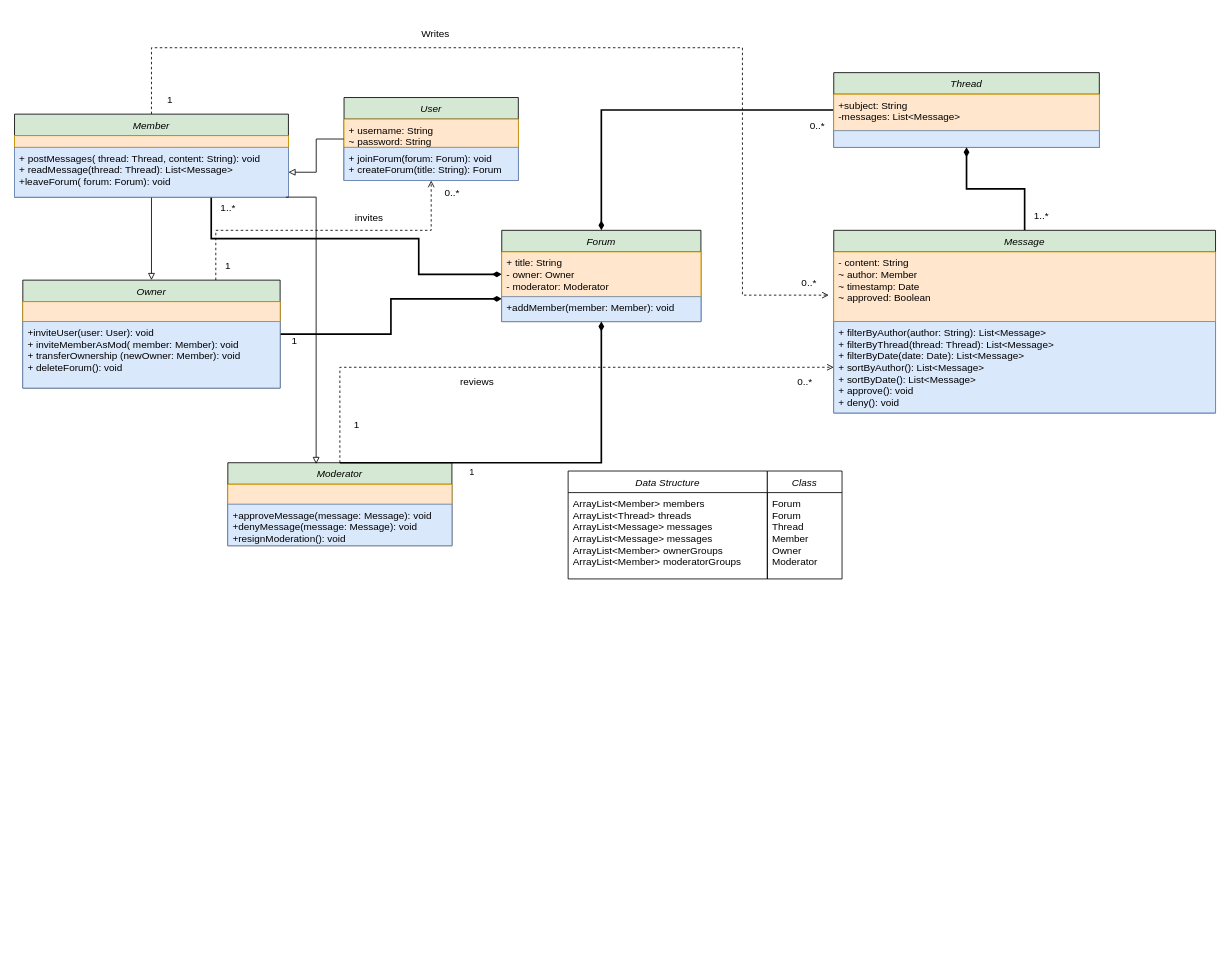
Before: Untitled Diagram.drawio in lilyqdp/UML, a draw.io diagram. Source tidied: cells renumbered, new cells numbered last; positions are measured from the earlier drawing's top-left corner, leaving out a move shared by most shapes. Both pictures are drawn from the tidied source at 83%, with x=0, y=0 at pixel (14, 21).
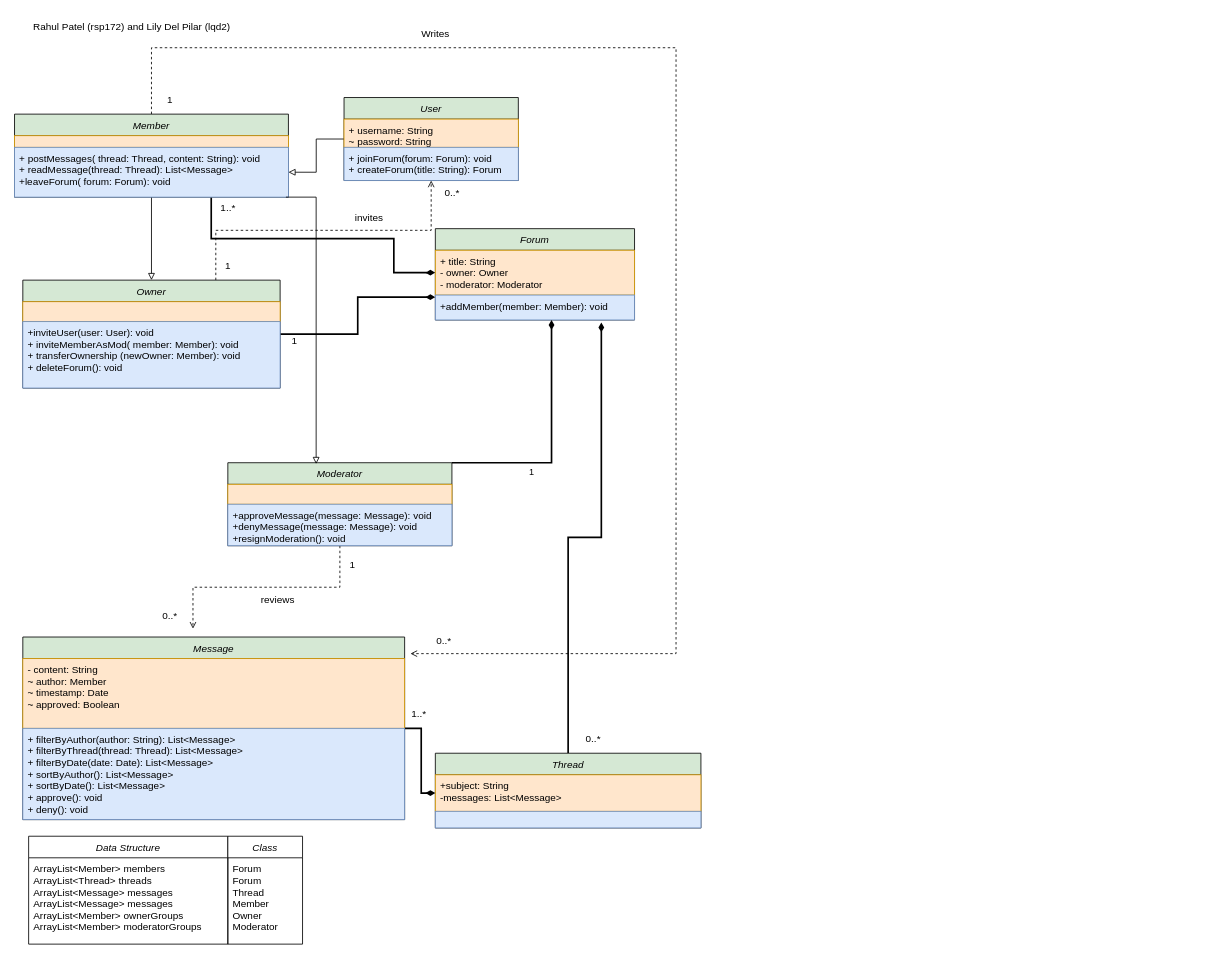
After the change.

The change refers to these unchanged cells:
```xml
<mxCell id="9" value="Member" style="swimlane;fontStyle=2;align=center;verticalAlign=top;horizontal=1;startSize=26;rounded=0;shadow=0;strokeWidth=1;fillColor=#d5e8d4;strokeColor=default;" parent="1" vertex="1">
  <mxGeometry y="112" width="330" height="100" as="geometry" />
</mxCell>
<mxCell id="18" value="+ title: String&#10;- owner: Owner&#10;- moderator: Moderator" style="text;align=left;verticalAlign=top;spacingLeft=4;spacingRight=4;overflow=hidden;points=[[0,0.5],[1,0.5]];portConstraint=eastwest;fillColor=#ffe6cc;strokeColor=#d79b00;" parent="17" vertex="1">
  <mxGeometry y="26" width="240" height="54" as="geometry" />
</mxCell>
<mxCell id="22" value="+subject: String&#10;-messages: List&lt;Message&gt;" style="text;align=left;verticalAlign=top;spacingLeft=4;spacingRight=4;overflow=hidden;points=[[0,0.5],[1,0.5]];portConstraint=eastwest;fillColor=#ffe6cc;strokeColor=#d79b00;" parent="21" vertex="1">
  <mxGeometry y="26" width="320" height="44" as="geometry" />
</mxCell>
<mxCell id="26" value="- content: String&#10;~ author: Member&#10;~ timestamp: Date&#10;~ approved: Boolean" style="text;align=left;verticalAlign=top;spacingLeft=4;spacingRight=4;overflow=hidden;points=[[0,0.5],[1,0.5]];portConstraint=eastwest;fillColor=#ffe6cc;strokeColor=#d79b00;" parent="25" vertex="1">
  <mxGeometry y="26" width="460" height="84" as="geometry" />
</mxCell>
<mxCell id="27" value="+ filterByAuthor(author: String): List&lt;Message&gt;&#10;+ filterByThread(thread: Thread): List&lt;Message&gt;&#10;+ filterByDate(date: Date): List&lt;Message&gt;&#10;+ sortByAuthor(): List&lt;Message&gt;&#10;+ sortByDate(): List&lt;Message&gt;&#10;+ approve(): void&#10;+ deny(): void" style="text;align=left;verticalAlign=top;spacingLeft=4;spacingRight=4;overflow=hidden;points=[[0,0.5],[1,0.5]];portConstraint=eastwest;fillColor=#dae8fc;strokeColor=#6c8ebf;" parent="25" vertex="1">
  <mxGeometry y="110" width="460" height="110" as="geometry" />
</mxCell>
<mxCell id="30" value="Moderator" style="swimlane;fontStyle=2;align=center;verticalAlign=top;horizontal=1;startSize=26;rounded=0;shadow=0;strokeWidth=1;fillColor=#d5e8d4;strokeColor=default;" parent="1" vertex="1">
  <mxGeometry x="257" y="532" width="270" height="100" as="geometry" />
</mxCell>
```

The edit, as a diff of the source:
```diff
@@
     <mxCell id="7" style="edgeStyle=orthogonalEdgeStyle;rounded=0;jettySize=auto;html=1;entryX=0;entryY=0.5;entryDx=0;entryDy=0;endArrow=diamondThin;endFill=1;strokeWidth=2;" parent="1" edge="1" source="9" target="18">
       <mxGeometry relative="1" as="geometry">
         <Array as="points">
           <mxPoint x="237" y="262" />
-          <mxPoint x="487" y="262" />
-          <mxPoint x="487" y="305" />
+          <mxPoint x="457" y="262" />
+          <mxPoint x="457" y="303" />
         </Array>
       </mxGeometry>
     </mxCell>
-    <mxCell id="8" style="edgeStyle=orthogonalEdgeStyle;rounded=0;jettySize=auto;html=1;entryX=-0.013;entryY=0.62;entryDx=0;entryDy=0;entryPerimeter=0;endArrow=open;endFill=0;dashed=1;" parent="1" edge="1" source="9" target="26">
+    <mxCell id="8" style="edgeStyle=orthogonalEdgeStyle;rounded=0;jettySize=auto;html=1;endArrow=open;endFill=0;dashed=1;" parent="1" edge="1" source="9">
       <mxGeometry relative="1" as="geometry">
+        <mxPoint x="477" y="762" as="targetPoint" />
         <Array as="points">
           <mxPoint x="165" y="32" />
-          <mxPoint x="877" y="32" />
-          <mxPoint x="877" y="330" />
+          <mxPoint x="797" y="32" />
+          <mxPoint x="797" y="762" />
         </Array>
       </mxGeometry>
     </mxCell>
@@
     <mxCell id="17" value="Forum" style="swimlane;fontStyle=2;align=center;verticalAlign=top;horizontal=1;startSize=26;rounded=0;shadow=0;strokeWidth=1;fillColor=#d5e8d4;strokeColor=default;" parent="1" vertex="1">
-      <mxGeometry x="587" y="252" width="240" height="110" as="geometry" />
+      <mxGeometry x="507" y="250" width="240" height="110" as="geometry" />
     </mxCell>
@@
-    <mxCell id="20" style="edgeStyle=orthogonalEdgeStyle;rounded=0;jettySize=auto;html=1;entryX=0.5;entryY=0;entryDx=0;entryDy=0;endArrow=diamondThin;endFill=1;strokeWidth=2;" parent="1" edge="1" source="21" target="17">
-      <mxGeometry relative="1" as="geometry" />
+    <mxCell id="20" style="edgeStyle=orthogonalEdgeStyle;rounded=0;jettySize=auto;html=1;endArrow=diamondThin;endFill=1;strokeWidth=2;" parent="1" edge="1" source="21">
+      <mxGeometry relative="1" as="geometry">
+        <mxPoint x="707" y="363" as="targetPoint" />
+        <Array as="points">
+          <mxPoint x="667" y="622" />
+          <mxPoint x="707" y="622" />
+          <mxPoint x="707" y="363" />
+        </Array>
+      </mxGeometry>
     </mxCell>
     <mxCell id="21" value="Thread" style="swimlane;fontStyle=2;align=center;verticalAlign=top;horizontal=1;startSize=26;rounded=0;shadow=0;strokeWidth=1;fillColor=#d5e8d4;strokeColor=default;" parent="1" vertex="1">
-      <mxGeometry x="987" y="62" width="320" height="90" as="geometry" />
+      <mxGeometry x="507" y="882" width="320" height="90" as="geometry" />
     </mxCell>
@@
-    <mxCell id="24" style="edgeStyle=orthogonalEdgeStyle;rounded=0;jettySize=auto;html=1;entryX=0.5;entryY=1;entryDx=0;entryDy=0;endArrow=diamondThin;endFill=1;strokeWidth=2;" parent="1" edge="1" source="25" target="21">
+    <mxCell id="24" style="edgeStyle=orthogonalEdgeStyle;rounded=0;jettySize=auto;html=1;entryX=0;entryY=0.5;entryDx=0;entryDy=0;endArrow=diamondThin;endFill=1;strokeWidth=2;" parent="1" edge="1" source="25" target="22">
       <mxGeometry relative="1" as="geometry" />
     </mxCell>
     <mxCell id="25" value="Message" style="swimlane;fontStyle=2;align=center;verticalAlign=top;horizontal=1;startSize=26;rounded=0;shadow=0;strokeWidth=1;fillColor=#d5e8d4;strokeColor=default;" parent="1" vertex="1">
-      <mxGeometry x="987" y="252" width="460" height="220" as="geometry" />
+      <mxGeometry x="10" y="742" width="460" height="220" as="geometry" />
     </mxCell>
@@
-    <mxCell id="29" style="edgeStyle=orthogonalEdgeStyle;rounded=0;jettySize=auto;html=1;entryX=0;entryY=0.5;entryDx=0;entryDy=0;endArrow=open;startFill=0;dashed=1;endFill=0;" parent="1" edge="1" source="30" target="27">
-      <mxGeometry relative="1" as="geometry" />
+    <mxCell id="29" style="edgeStyle=orthogonalEdgeStyle;rounded=0;jettySize=auto;html=1;endArrow=open;startFill=0;dashed=1;endFill=0;" parent="1" edge="1" source="30">
+      <mxGeometry relative="1" as="geometry">
+        <mxPoint x="215" y="732" as="targetPoint" />
+        <Array as="points">
+          <mxPoint x="392" y="682" />
+          <mxPoint x="215" y="682" />
+        </Array>
+      </mxGeometry>
     </mxCell>
@@
     <mxCell id="33" value="Data Structure" style="swimlane;fontStyle=2;align=center;verticalAlign=top;horizontal=1;startSize=26;rounded=0;shadow=0;strokeWidth=1;" parent="1" vertex="1">
-      <mxGeometry x="667" y="542" width="240" height="130" as="geometry" />
+      <mxGeometry x="17" y="982" width="240" height="130" as="geometry" />
     </mxCell>
@@
     <mxCell id="35" value="Class" style="swimlane;fontStyle=2;align=center;verticalAlign=top;horizontal=1;startSize=26;rounded=0;shadow=0;strokeWidth=1;" parent="1" vertex="1">
-      <mxGeometry x="907" y="542" width="90" height="130" as="geometry" />
+      <mxGeometry x="257" y="982" width="90" height="130" as="geometry" />
     </mxCell>
@@
-    <mxCell id="38" style="edgeStyle=orthogonalEdgeStyle;rounded=0;jettySize=auto;html=1;entryX=0.5;entryY=1;entryDx=0;entryDy=0;endArrow=diamondThin;endFill=1;strokeWidth=2;" parent="1" edge="1" target="17">
+    <mxCell id="38" style="edgeStyle=orthogonalEdgeStyle;rounded=0;orthogonalLoop=1;jettySize=auto;html=1;endArrow=diamondThin;endFill=1;strokeWidth=2;" parent="1" edge="1">
       <mxGeometry relative="1" as="geometry">
-        <mxPoint x="392" y="532" as="sourcePoint" />
+        <mxPoint x="527" y="532" as="sourcePoint" />
+        <mxPoint x="647" y="360" as="targetPoint" />
         <Array as="points">
-          <mxPoint x="392" y="532" />
-          <mxPoint x="707" y="532" />
+          <mxPoint x="647" y="532" />
+          <mxPoint x="647" y="360" />
         </Array>
       </mxGeometry>
     </mxCell>
@@
-    <mxCell id="44" value="0..*" style="text;html=1;align=center;verticalAlign=middle;strokeColor=none;fillColor=none;" parent="1" vertex="1">
-      <mxGeometry x="947" y="112" width="40" height="30" as="geometry" />
-    </mxCell>
@@
     <mxCell id="46" value="reviews" style="text;html=1;align=center;verticalAlign=middle;strokeColor=none;fillColor=none;" parent="1" vertex="1">
-      <mxGeometry x="527" y="420" width="60" height="30" as="geometry" />
+      <mxGeometry x="287" y="682" width="60" height="30" as="geometry" />
     </mxCell>
-    <mxCell id="47" value="1" style="text;html=1;align=center;verticalAlign=middle;strokeColor=none;fillColor=none;" parent="1" vertex="1">
-      <mxGeometry x="397" y="472" width="30" height="30" as="geometry" />
-    </mxCell>
-    <mxCell id="48" value="0..*" style="text;html=1;align=center;verticalAlign=middle;strokeColor=none;fillColor=none;" parent="1" vertex="1">
-      <mxGeometry x="932" y="420" width="40" height="30" as="geometry" />
-    </mxCell>
-    <mxCell id="49" value="1..*" style="text;html=1;align=center;verticalAlign=middle;strokeColor=none;fillColor=none;" parent="1" vertex="1">
-      <mxGeometry x="1217" y="220" width="40" height="30" as="geometry" />
-    </mxCell>
@@
-    <mxCell id="52" value="0..*" style="text;html=1;align=center;verticalAlign=middle;strokeColor=none;fillColor=none;" parent="1" vertex="1">
-      <mxGeometry x="937" y="300" width="40" height="30" as="geometry" />
-    </mxCell>
+    <mxCell id="47" value="1" style="text;html=1;align=center;verticalAlign=middle;strokeColor=none;fillColor=none;" parent="1" vertex="1">
+      <mxGeometry x="392" y="640" width="30" height="30" as="geometry" />
+    </mxCell>
+    <mxCell id="53" value="0..*" style="text;html=1;align=center;verticalAlign=middle;strokeColor=none;fillColor=none;" parent="1" vertex="1">
+      <mxGeometry x="167" y="702" width="40" height="30" as="geometry" />
+    </mxCell>
+    <mxCell id="54" value="0..*" style="text;html=1;align=center;verticalAlign=middle;strokeColor=none;fillColor=none;" parent="1" vertex="1">
+      <mxGeometry x="497" y="732" width="40" height="30" as="geometry" />
+    </mxCell>
+    <mxCell id="55" value="0..*" style="text;html=1;align=center;verticalAlign=middle;strokeColor=none;fillColor=none;" parent="1" vertex="1">
+      <mxGeometry x="677" y="850" width="40" height="30" as="geometry" />
+    </mxCell>
+    <mxCell id="49" value="1..*" style="text;html=1;align=center;verticalAlign=middle;strokeColor=none;fillColor=none;" parent="1" vertex="1">
+      <mxGeometry x="467" y="820" width="40" height="30" as="geometry" />
+    </mxCell>
+    <mxCell id="56" value="Rahul Patel (rsp172) and Lily Del Pilar (lqd2)" style="text;html=1;align=center;verticalAlign=middle;strokeColor=none;fillColor=none;" parent="1" vertex="1">
+      <mxGeometry x="11" y="-8" width="260" height="30" as="geometry" />
+    </mxCell>
```
